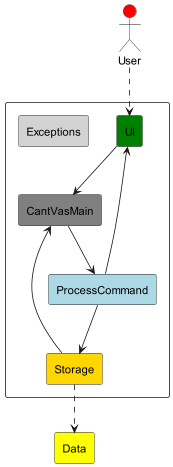
Earlier version of the PlantUML export docs/diagrams/Architecture.png (nyh3/tp). Its diagram source:
```plantuml
@startuml

skinparam componentStyle rectangle
actor User #Red

component {
    [UI] #Green
    [CantVasMain] #Grey
    [Storage] #Gold
    [ProcessCommand] #LightBlue
    [Exceptions] #LightGrey
}
[Data] #Yellow

User ..> [UI]
[UI] --> [CantVasMain]
[CantVasMain] --> [ProcessCommand]
[Storage] --> [CantVasMain]
[ProcessCommand] --> [Storage]
[ProcessCommand] --> [UI]
[Storage] ..> [Data]


@enduml
```
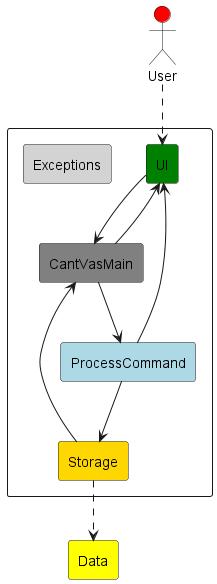
The same diagram one commit later.

Diff of the diagram source:
```diff
@@ -14,6 +14,7 @@
 
 User ..> [UI]
 [UI] --> [CantVasMain]
+[CantVasMain] --> [UI]
 [CantVasMain] --> [ProcessCommand]
 [Storage] --> [CantVasMain]
 [ProcessCommand] --> [Storage]
```
